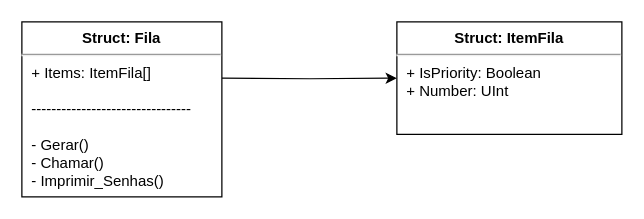
Before: page "Objetos" (1 of 5) of .vs/estrutura_de_dados_projeto_fila/documentation/fluxo.drawio in ssdaniel96/facul-estrutura_de_dados-proj_fila, a draw.io diagram. Source tidied: cells renumbered, new cells numbered last; positions are measured from the earlier drawing's top-left corner, leaving out a move shared by most shapes. Both pictures are drawn from the tidied source at 125%, with x=0, y=0 at pixel (21, 21).
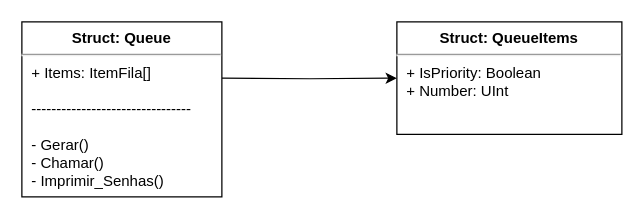
Above is the later version.

What changed in the source:
```diff
@@
 <mxGraphModel>
   <root>
     <mxCell id="0" />
     <mxCell id="1" parent="0" />
     <mxCell id="2" style="edgeStyle=orthogonalEdgeStyle;rounded=0;jettySize=auto;html=1;entryX=0;entryY=0.5;entryDx=0;entryDy=0;" parent="1" edge="1" target="3">
       <mxGeometry relative="1" as="geometry">
         <mxPoint x="160" y="45" as="sourcePoint" />
       </mxGeometry>
     </mxCell>
-    <mxCell id="3" value="&lt;p style=&quot;margin: 0px ; margin-top: 6px ; text-align: center&quot;&gt;&lt;b&gt;Struct: ItemFila&lt;/b&gt;&lt;/p&gt;&lt;hr&gt;&lt;p style=&quot;margin: 0px ; margin-left: 8px&quot;&gt;+ IsPriority: Boolean&lt;br&gt;+ Number: UInt&lt;/p&gt;" style="align=left;overflow=fill;html=1;" parent="1" vertex="1">
+    <mxCell id="3" value="&lt;p style=&quot;margin: 0px ; margin-top: 6px ; text-align: center&quot;&gt;&lt;b&gt;Struct: QueueItems&lt;/b&gt;&lt;/p&gt;&lt;hr&gt;&lt;p style=&quot;margin: 0px ; margin-left: 8px&quot;&gt;+ IsPriority: Boolean&lt;br&gt;+ Number: UInt&lt;/p&gt;" style="align=left;overflow=fill;html=1;" parent="1" vertex="1">
       <mxGeometry x="300" width="180" height="90" as="geometry" />
     </mxCell>
-    <mxCell id="4" value="&lt;p style=&quot;margin: 0px ; margin-top: 6px ; text-align: center&quot;&gt;&lt;b&gt;Struct: Fila&lt;/b&gt;&lt;/p&gt;&lt;hr&gt;&lt;p style=&quot;margin: 0px ; margin-left: 8px&quot;&gt;+ Items: ItemFila[]&lt;/p&gt;&lt;p style=&quot;margin: 0px ; margin-left: 8px&quot;&gt;&lt;br&gt;&lt;/p&gt;&lt;p style=&quot;margin: 0px ; margin-left: 8px&quot;&gt;--------------------------------&lt;/p&gt;&lt;p style=&quot;margin: 0px ; margin-left: 8px&quot;&gt;&lt;br&gt;&lt;/p&gt;&lt;p style=&quot;margin: 0px ; margin-left: 8px&quot;&gt;- Gerar()&lt;/p&gt;&lt;p style=&quot;margin: 0px ; margin-left: 8px&quot;&gt;- Chamar()&lt;/p&gt;&lt;p style=&quot;margin: 0px ; margin-left: 8px&quot;&gt;- Imprimir_Senhas()&lt;/p&gt;&lt;p style=&quot;margin: 0px ; margin-left: 8px&quot;&gt;&lt;br&gt;&lt;/p&gt;" style="align=left;overflow=fill;html=1;" parent="1" vertex="1">
+    <mxCell id="4" value="&lt;p style=&quot;margin: 0px ; margin-top: 6px ; text-align: center&quot;&gt;&lt;b&gt;Struct: Queue&lt;/b&gt;&lt;/p&gt;&lt;hr&gt;&lt;p style=&quot;margin: 0px ; margin-left: 8px&quot;&gt;+ Items: ItemFila[]&lt;/p&gt;&lt;p style=&quot;margin: 0px ; margin-left: 8px&quot;&gt;&lt;br&gt;&lt;/p&gt;&lt;p style=&quot;margin: 0px ; margin-left: 8px&quot;&gt;--------------------------------&lt;/p&gt;&lt;p style=&quot;margin: 0px ; margin-left: 8px&quot;&gt;&lt;br&gt;&lt;/p&gt;&lt;p style=&quot;margin: 0px ; margin-left: 8px&quot;&gt;- Gerar()&lt;/p&gt;&lt;p style=&quot;margin: 0px ; margin-left: 8px&quot;&gt;- Chamar()&lt;/p&gt;&lt;p style=&quot;margin: 0px ; margin-left: 8px&quot;&gt;- Imprimir_Senhas()&lt;/p&gt;&lt;p style=&quot;margin: 0px ; margin-left: 8px&quot;&gt;&lt;br&gt;&lt;/p&gt;" style="align=left;overflow=fill;html=1;" parent="1" vertex="1">
       <mxGeometry width="160" height="140" as="geometry" />
     </mxCell>
   </root>
 </mxGraphModel>
```
